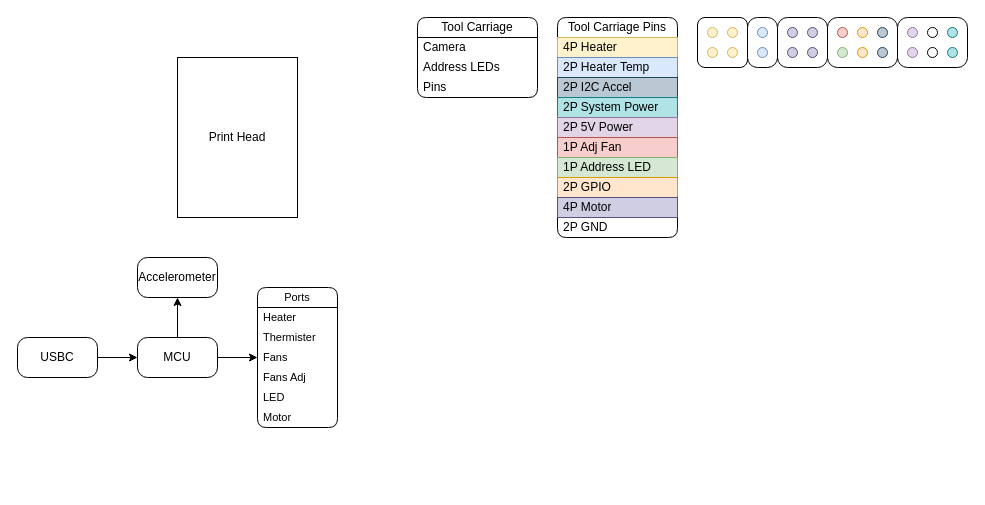
Before: page "Print Head" (3 of 4) of Documents/Raven.drawio in XCR1793/Raven-3D, a draw.io diagram. Source tidied: cells renumbered, new cells numbered last; positions are measured from the earlier drawing's top-left corner, leaving out a move shared by most shapes. Both pictures are drawn from the tidied source at 100%, with x=0, y=0 at pixel (17, 17).
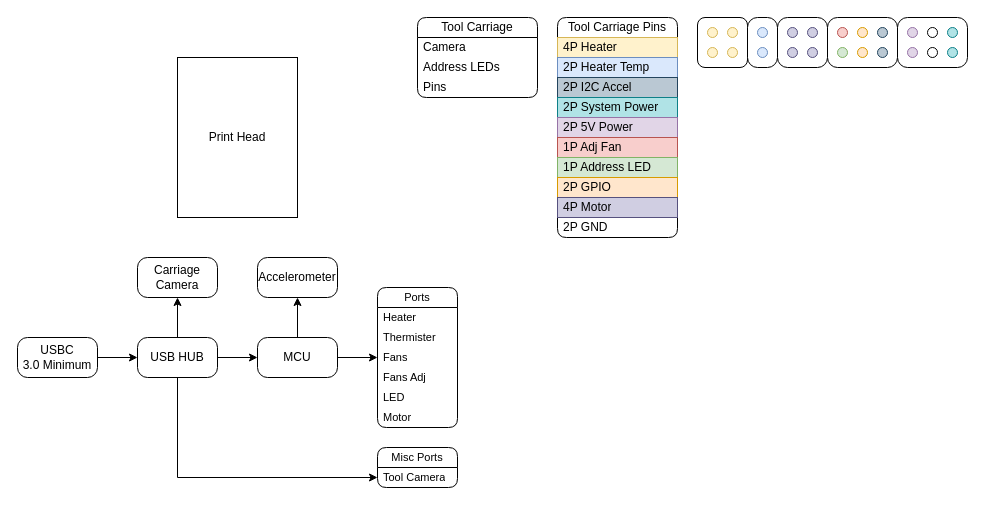
Above is the later version.

Commit message:
Modified print head ideation (Added 2x Cameras)

Diff of the diagram source:
```diff
@@
-    <mxCell id="45" style="rounded=0;jettySize=auto;html=1;exitX=1;exitY=0.5;exitDx=0;exitDy=0;entryX=0;entryY=0.5;entryDx=0;entryDy=0;" parent="1" edge="1" source="46" target="49">
-      <mxGeometry relative="1" as="geometry" />
-    </mxCell>
+    <mxCell id="58" style="edgeStyle=none;shape=connector;rounded=0;jettySize=auto;html=1;exitX=1;exitY=0.5;exitDx=0;exitDy=0;entryX=0;entryY=0.5;entryDx=0;entryDy=0;strokeColor=default;align=center;verticalAlign=middle;fontFamily=Helvetica;fontSize=11;fontColor=default;labelBackgroundColor=default;endArrow=classic;" parent="1" edge="1" source="46" target="62">
+      <mxGeometry relative="1" as="geometry" />
+    </mxCell>
-    <mxCell id="46" value="USBC" style="rounded=1;whiteSpace=wrap;html=1;absoluteArcSize=1;" parent="1" vertex="1">
+    <mxCell id="46" value="USBC&lt;div&gt;3.0 Minimum&lt;/div&gt;" style="rounded=1;whiteSpace=wrap;html=1;absoluteArcSize=1;" parent="1" vertex="1">
       <mxGeometry y="320" width="80" height="40" as="geometry" />
     </mxCell>
@@
     <mxCell id="49" value="MCU" style="rounded=1;whiteSpace=wrap;html=1;absoluteArcSize=1;" parent="1" vertex="1">
-      <mxGeometry x="120" y="320" width="80" height="40" as="geometry" />
+      <mxGeometry x="240" y="320" width="80" height="40" as="geometry" />
     </mxCell>
     <mxCell id="50" value="Ports" style="swimlane;fontStyle=0;horizontal=1;startSize=20;whiteSpace=wrap;html=1;rounded=1;fontFamily=Helvetica;fontSize=11;fontColor=default;labelBackgroundColor=default;" parent="1" vertex="1">
-      <mxGeometry x="240" y="270" width="80" height="140" as="geometry" />
+      <mxGeometry x="360" y="270" width="80" height="140" as="geometry" />
     </mxCell>
@@
     <mxCell id="57" value="Accelerometer" style="rounded=1;whiteSpace=wrap;html=1;absoluteArcSize=1;" parent="1" vertex="1">
-      <mxGeometry x="120" y="240" width="80" height="40" as="geometry" />
+      <mxGeometry x="240" y="240" width="80" height="40" as="geometry" />
     </mxCell>
+    <mxCell id="59" style="edgeStyle=none;shape=connector;rounded=0;jettySize=auto;html=1;exitX=1;exitY=0.5;exitDx=0;exitDy=0;entryX=0;entryY=0.5;entryDx=0;entryDy=0;strokeColor=default;align=center;verticalAlign=middle;fontFamily=Helvetica;fontSize=11;fontColor=default;labelBackgroundColor=default;endArrow=classic;" parent="1" edge="1" source="62" target="49">
+      <mxGeometry relative="1" as="geometry" />
+    </mxCell>
+    <mxCell id="60" style="edgeStyle=none;shape=connector;rounded=0;jettySize=auto;html=1;exitX=0.5;exitY=0;exitDx=0;exitDy=0;entryX=0.5;entryY=1;entryDx=0;entryDy=0;strokeColor=default;align=center;verticalAlign=middle;fontFamily=Helvetica;fontSize=11;fontColor=default;labelBackgroundColor=default;endArrow=classic;" parent="1" edge="1" source="62" target="63">
+      <mxGeometry relative="1" as="geometry" />
+    </mxCell>
+    <mxCell id="61" style="edgeStyle=orthogonalEdgeStyle;shape=connector;rounded=0;jettySize=auto;html=1;exitX=0.5;exitY=1;exitDx=0;exitDy=0;entryX=0;entryY=0.5;entryDx=0;entryDy=0;strokeColor=default;align=center;verticalAlign=middle;fontFamily=Helvetica;fontSize=11;fontColor=default;labelBackgroundColor=default;endArrow=classic;" parent="1" edge="1" source="62" target="65">
+      <mxGeometry relative="1" as="geometry" />
+    </mxCell>
+    <mxCell id="62" value="USB HUB" style="rounded=1;whiteSpace=wrap;html=1;absoluteArcSize=1;" parent="1" vertex="1">
+      <mxGeometry x="120" y="320" width="80" height="40" as="geometry" />
+    </mxCell>
+    <mxCell id="63" value="Carriage Camera" style="rounded=1;whiteSpace=wrap;html=1;absoluteArcSize=1;" parent="1" vertex="1">
+      <mxGeometry x="120" y="240" width="80" height="40" as="geometry" />
+    </mxCell>
+    <mxCell id="64" value="Misc Ports" style="swimlane;fontStyle=0;horizontal=1;startSize=20;whiteSpace=wrap;html=1;rounded=1;fontFamily=Helvetica;fontSize=11;fontColor=default;labelBackgroundColor=default;" parent="1" vertex="1">
+      <mxGeometry x="360" y="430" width="80" height="40" as="geometry" />
+    </mxCell>
+    <mxCell id="65" value="Tool Camera" style="text;strokeColor=none;fillColor=none;align=left;verticalAlign=middle;spacingLeft=4;spacingRight=4;overflow=hidden;points=[[0,0.5],[1,0.5]];portConstraint=eastwest;whiteSpace=wrap;html=1;fontFamily=Helvetica;fontSize=11;fontColor=default;labelBackgroundColor=default;" parent="64" vertex="1">
+      <mxGeometry y="20" width="80" height="20" as="geometry" />
+    </mxCell>
```
